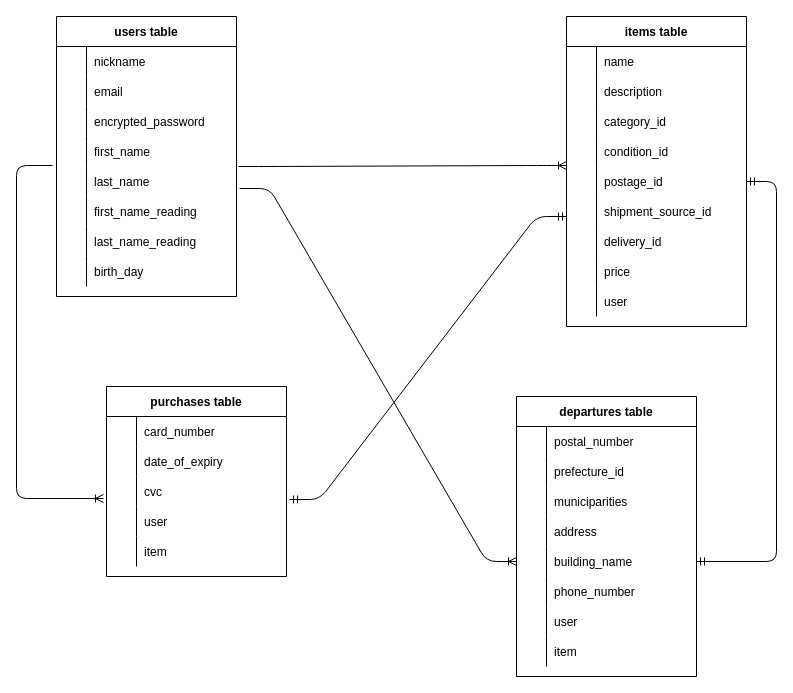
Before: furima.dio in keishihashimoto/furima-36372, a draw.io diagram. Source tidied: cells renumbered, new cells numbered last; positions are measured from the earlier drawing's top-left corner, leaving out a move shared by most shapes. Both pictures are drawn from the tidied source at 100%, with x=0, y=0 at pixel (16, 16).
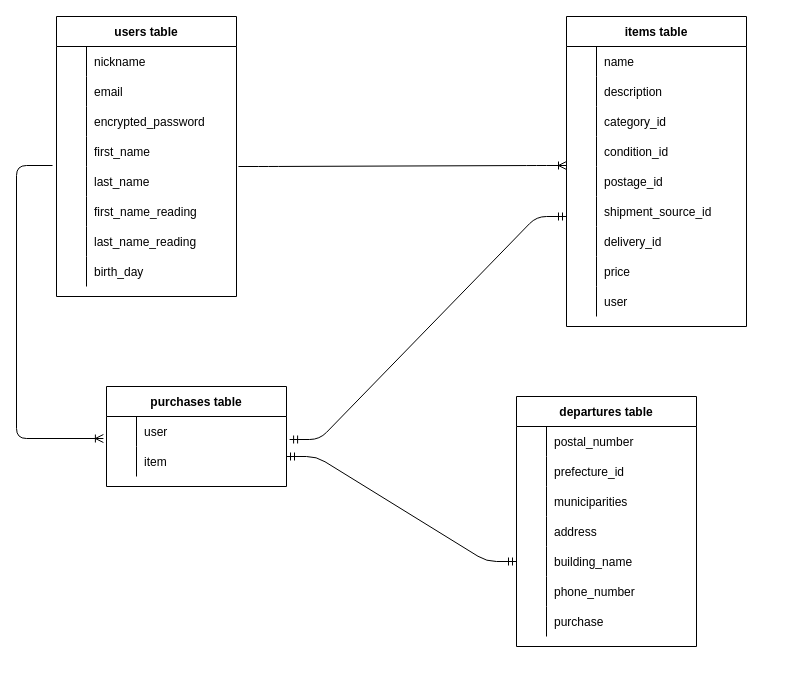
The same page after the edit.

Commit message (it also covers changes not shown here):
ER図とDBの修正

Unchanged cells that the change refers to:
```xml
<mxCell id="15" style="shape=partialRectangle;fillColor=none;top=0;left=0;bottom=0;right=0;points=[[0,0.5],[1,0.5]];portConstraint=eastwest;" parent="2" vertex="1">
  <mxGeometry y="150" width="180" height="30" as="geometry" />
</mxCell>
<mxCell id="43" style="shape=partialRectangle;fillColor=none;top=0;left=0;bottom=0;right=0;points=[[0,0.5],[1,0.5]];portConstraint=eastwest;" parent="30" vertex="1">
  <mxGeometry y="150" width="180" height="30" as="geometry" />
</mxCell>
<mxCell id="85" style="shape=partialRectangle;fillColor=none;top=0;left=0;bottom=0;right=0;points=[[0,0.5],[1,0.5]];portConstraint=eastwest;" parent="72" vertex="1">
  <mxGeometry y="150" width="180" height="30" as="geometry" />
</mxCell>
<mxCell id="91" style="shape=partialRectangle;fillColor=none;top=0;left=0;bottom=0;right=0;" parent="72" vertex="1">
  <mxGeometry y="210" width="180" height="30" as="geometry" />
</mxCell>
```

The edit, as a diff of the source:
```diff
@@
     <mxCell id="56" value="purchases table" style="shape=table;startSize=30;childLayout=tableLayout;rowLines=0;fontStyle=1;align=center;" parent="1" vertex="1">
-      <mxGeometry x="90" y="370" width="180" height="190" as="geometry" />
+      <mxGeometry x="90" y="370" width="180" height="100" as="geometry" />
     </mxCell>
-    <mxCell id="57" style="shape=partialRectangle;fillColor=none;top=0;left=0;bottom=0;right=0;" parent="56" vertex="1">
-      <mxGeometry y="30" width="180" height="30" as="geometry" />
-    </mxCell>
-    <mxCell id="58" style="shape=partialRectangle;fillColor=none;top=0;left=0;bottom=0;right=0;overflow=hidden;" parent="57" vertex="1">
-      <mxGeometry width="30" height="30" as="geometry" />
-    </mxCell>
-    <mxCell id="59" value="card_number" style="shape=partialRectangle;fillColor=none;top=0;left=0;bottom=0;right=0;align=left;spacingLeft=6;overflow=hidden;" parent="57" vertex="1">
-      <mxGeometry x="30" width="150" height="30" as="geometry" />
-    </mxCell>
-    <mxCell id="60" style="shape=partialRectangle;fillColor=none;top=0;left=0;bottom=0;right=0;" parent="56" vertex="1">
-      <mxGeometry y="60" width="180" height="30" as="geometry" />
-    </mxCell>
-    <mxCell id="61" style="shape=partialRectangle;fillColor=none;top=0;left=0;bottom=0;right=0;overflow=hidden;" parent="60" vertex="1">
-      <mxGeometry width="30" height="30" as="geometry" />
-    </mxCell>
-    <mxCell id="62" value="date_of_expiry" style="shape=partialRectangle;fillColor=none;top=0;left=0;bottom=0;right=0;align=left;spacingLeft=6;overflow=hidden;" parent="60" vertex="1">
-      <mxGeometry x="30" width="150" height="30" as="geometry" />
-    </mxCell>
-    <mxCell id="63" style="shape=partialRectangle;fillColor=none;top=0;left=0;bottom=0;right=0;points=[[0,0.5],[1,0.5]];portConstraint=eastwest;" parent="56" vertex="1">
-      <mxGeometry y="90" width="180" height="30" as="geometry" />
-    </mxCell>
-    <mxCell id="64" style="shape=partialRectangle;fillColor=none;top=0;left=0;bottom=0;right=0;overflow=hidden;" parent="63" vertex="1">
-      <mxGeometry width="30" height="30" as="geometry" />
-    </mxCell>
-    <mxCell id="65" value="cvc" style="shape=partialRectangle;fillColor=none;top=0;left=0;bottom=0;right=0;align=left;spacingLeft=6;overflow=hidden;" parent="63" vertex="1">
-      <mxGeometry x="30" width="150" height="30" as="geometry" />
-    </mxCell>
     <mxCell id="66" style="shape=partialRectangle;fillColor=none;top=0;left=0;bottom=0;right=0;" parent="56" vertex="1">
-      <mxGeometry y="120" width="180" height="30" as="geometry" />
+      <mxGeometry y="30" width="180" height="30" as="geometry" />
     </mxCell>
@@
     <mxCell id="69" style="shape=partialRectangle;fillColor=none;top=0;left=0;bottom=0;right=0;" parent="56" vertex="1">
-      <mxGeometry y="150" width="180" height="30" as="geometry" />
+      <mxGeometry y="60" width="180" height="30" as="geometry" />
     </mxCell>
@@
     <mxCell id="72" value="departures table" style="shape=table;startSize=30;childLayout=tableLayout;rowLines=0;fontStyle=1;align=center;" parent="1" vertex="1">
-      <mxGeometry x="500" y="380" width="180" height="280" as="geometry" />
+      <mxGeometry x="500" y="380" width="180" height="250" as="geometry" />
     </mxCell>
@@
-    <mxCell id="93" value="user" style="shape=partialRectangle;fillColor=none;top=0;left=0;bottom=0;right=0;align=left;spacingLeft=6;overflow=hidden;" parent="91" vertex="1">
+    <mxCell id="93" value="purchase" style="shape=partialRectangle;fillColor=none;top=0;left=0;bottom=0;right=0;align=left;spacingLeft=6;overflow=hidden;" parent="91" vertex="1">
       <mxGeometry x="30" width="150" height="30" as="geometry" />
     </mxCell>
-    <mxCell id="94" style="shape=partialRectangle;fillColor=none;top=0;left=0;bottom=0;right=0;" parent="72" vertex="1">
-      <mxGeometry y="240" width="180" height="30" as="geometry" />
-    </mxCell>
-    <mxCell id="95" style="shape=partialRectangle;fillColor=none;top=0;left=0;bottom=0;right=0;overflow=hidden;" parent="94" vertex="1">
-      <mxGeometry width="30" height="30" as="geometry" />
-    </mxCell>
-    <mxCell id="96" value="item" style="shape=partialRectangle;fillColor=none;top=0;left=0;bottom=0;right=0;align=left;spacingLeft=6;overflow=hidden;" parent="94" vertex="1">
-      <mxGeometry x="30" width="150" height="30" as="geometry" />
-    </mxCell>
-    <mxCell id="97" style="edgeStyle=entityRelationEdgeStyle;fontSize=12;html=1;endArrow=ERmandOne;startArrow=ERmandOne;exitX=1.017;exitY=0.767;exitDx=0;exitDy=0;exitPerimeter=0;" parent="1" edge="1" source="63">
+    <mxCell id="97" style="edgeStyle=entityRelationEdgeStyle;fontSize=12;html=1;endArrow=ERmandOne;startArrow=ERmandOne;exitX=1.017;exitY=0.767;exitDx=0;exitDy=0;exitPerimeter=0;" parent="1" edge="1">
       <mxGeometry relative="1" as="geometry">
+        <mxPoint x="273.1" y="423" as="sourcePoint" />
         <mxPoint x="550" y="200" as="targetPoint" />
       </mxGeometry>
     </mxCell>
-    <mxCell id="98" style="edgeStyle=entityRelationEdgeStyle;fontSize=12;html=1;endArrow=ERmandOne;startArrow=ERmandOne;exitX=1;exitY=0.5;exitDx=0;exitDy=0;" parent="1" edge="1" source="85" target="15">
-      <mxGeometry relative="1" as="geometry" />
-    </mxCell>
-    <mxCell id="99" style="edgeStyle=elbowEdgeStyle;fontSize=12;html=1;endArrow=ERoneToMany;exitX=-0.022;exitY=-0.033;exitDx=0;exitDy=0;exitPerimeter=0;entryX=-0.017;entryY=0.733;entryDx=0;entryDy=0;entryPerimeter=0;" parent="1" edge="1" source="43" target="63">
+    <mxCell id="99" style="edgeStyle=elbowEdgeStyle;fontSize=12;html=1;endArrow=ERoneToMany;exitX=-0.022;exitY=-0.033;exitDx=0;exitDy=0;exitPerimeter=0;entryX=-0.017;entryY=0.733;entryDx=0;entryDy=0;entryPerimeter=0;" parent="1" edge="1" source="43">
       <mxGeometry relative="1" as="geometry">
+        <mxPoint x="86.9" y="422" as="targetPoint" />
         <Array as="points">
           <mxPoint y="310" />
         </Array>
       </mxGeometry>
     </mxCell>
-    <mxCell id="100" style="edgeStyle=entityRelationEdgeStyle;fontSize=12;html=1;endArrow=ERoneToMany;exitX=1.017;exitY=0.733;exitDx=0;exitDy=0;exitPerimeter=0;entryX=0;entryY=0.5;entryDx=0;entryDy=0;" parent="1" edge="1" source="43" target="85">
-      <mxGeometry relative="1" as="geometry" />
+    <mxCell id="100" style="edgeStyle=entityRelationEdgeStyle;fontSize=12;html=1;endArrow=ERmandOne;startArrow=ERmandOne;entryX=0;entryY=0.5;entryDx=0;entryDy=0;" parent="1" edge="1" target="85">
+      <mxGeometry relative="1" as="geometry">
+        <mxPoint x="270" y="440" as="sourcePoint" />
+      </mxGeometry>
     </mxCell>
```
